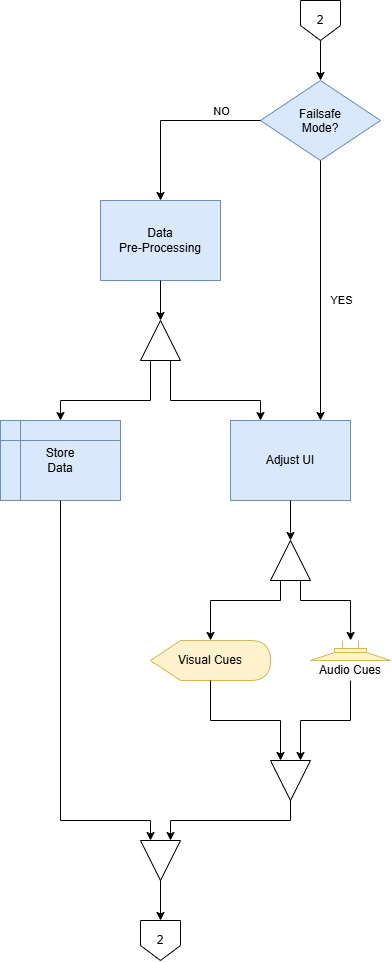
Above: system-architecture/assets/sys-op-fc-3.png in ARRR-Coen-Elec-490/docs (draw.io), before the change. Source tidied: cells renumbered, new cells last; positions are measured from the earlier drawing's top-left corner, leaving out a move shared by most shapes. Source of this version:
```xml
<mxGraphModel>
  <root>
    <mxCell id="0" />
    <mxCell id="1" parent="0" />
    <mxCell id="2" value="2" style="shape=offPageConnector;whiteSpace=wrap;html=1;" parent="1" vertex="1">
      <mxGeometry x="300" width="40" height="40" as="geometry" />
    </mxCell>
    <mxCell id="3" value="Adjust UI" style="rounded=0;whiteSpace=wrap;html=1;fillColor=#dae8fc;strokeColor=#6c8ebf;" parent="1" vertex="1">
      <mxGeometry x="230" y="420" width="120" height="80" as="geometry" />
    </mxCell>
    <mxCell id="4" value="Visual Cues" style="shape=display;whiteSpace=wrap;html=1;fillColor=#fff2cc;strokeColor=#d6b656;" parent="1" vertex="1">
      <mxGeometry x="150" y="640" width="120" height="40" as="geometry" />
    </mxCell>
    <mxCell id="5" style="verticalLabelPosition=bottom;shadow=0;dashed=0;align=center;html=1;verticalAlign=top;shape=mxgraph.electrical.electro-mechanical.loudspeaker;labelPerimeter=1;rotation=90;fillColor=#fff2cc;strokeColor=#d6b656;" parent="1" vertex="1">
      <mxGeometry x="340" y="610" width="20" height="80" as="geometry" />
    </mxCell>
    <mxCell id="6" value="&lt;font&gt;Audio Cues&lt;/font&gt;" style="text;html=1;whiteSpace=wrap;strokeColor=none;fillColor=none;align=center;verticalAlign=middle;rounded=0;" parent="1" vertex="1">
      <mxGeometry x="310" y="660" width="80" height="20" as="geometry" />
    </mxCell>
    <mxCell id="7" style="triangle;whiteSpace=wrap;html=1;shapeInside=1;rotation=-90;" parent="1" vertex="1">
      <mxGeometry x="270" y="540" width="40" height="40" as="geometry" />
    </mxCell>
    <mxCell id="8" style="endArrow=classic;html=1;rounded=0;defaultLabelBackgroundColor=page;labelPadding=0 4;exitX=0.5;exitY=1;exitDx=0;exitDy=0;entryX=1;entryY=0.5;entryDx=0;entryDy=0;" parent="1" edge="1" source="3" target="7">
      <mxGeometry relative="1" as="geometry" />
    </mxCell>
    <mxCell id="9" style="endArrow=classic;html=1;rounded=0;defaultLabelBackgroundColor=page;labelPadding=0 4;entryX=0.5;entryY=-0.002;entryDx=0;entryDy=0;entryPerimeter=0;exitX=0;exitY=0.25;exitDx=0;exitDy=0;" parent="1" edge="1" source="7" target="4">
      <mxGeometry x="-0.04" relative="1" as="geometry">
        <Array as="points">
          <mxPoint x="280" y="600" />
          <mxPoint x="210" y="600" />
        </Array>
      </mxGeometry>
    </mxCell>
    <mxCell id="10" style="endArrow=classic;html=1;rounded=0;defaultLabelBackgroundColor=page;labelPadding=0 4;exitX=0;exitY=0.75;exitDx=0;exitDy=0;entryX=-0.003;entryY=0.499;entryDx=0;entryDy=0;entryPerimeter=0;" parent="1" edge="1" source="7" target="5">
      <mxGeometry x="-0.11" relative="1" as="geometry">
        <Array as="points">
          <mxPoint x="300" y="600" />
          <mxPoint x="350" y="600" />
        </Array>
      </mxGeometry>
    </mxCell>
    <mxCell id="11" value="Failsafe&lt;div&gt;Mode?&lt;/div&gt;" style="rhombus;whiteSpace=wrap;html=1;shapeInside=1;fillColor=#dae8fc;strokeColor=#6c8ebf;" parent="1" vertex="1">
      <mxGeometry x="260" y="80" width="120" height="80" as="geometry" />
    </mxCell>
    <mxCell id="12" style="endArrow=classic;html=1;rounded=0;defaultLabelBackgroundColor=page;labelPadding=0 4;entryX=0.5;entryY=0;entryDx=0;entryDy=0;exitX=0.5;exitY=1;exitDx=0;exitDy=0;exitPerimeter=0;" parent="1" edge="1" source="2" target="11">
      <mxGeometry relative="1" as="geometry" />
    </mxCell>
    <mxCell id="13" style="endArrow=classic;html=1;rounded=0;defaultLabelBackgroundColor=page;labelPadding=0 4;exitX=0;exitY=0.5;exitDx=0;exitDy=0;entryX=0.5;entryY=0;entryDx=0;entryDy=0;" parent="1" edge="1" source="11" target="15">
      <mxGeometry relative="1" as="geometry">
        <Array as="points">
          <mxPoint x="160" y="120" />
        </Array>
      </mxGeometry>
    </mxCell>
    <mxCell id="14" value="NO" style="edgeLabel;html=1;align=center;verticalAlign=middle;inheritText=1;defaultLabelBackgroundColor=page;labelPadding=0 4;" parent="13" vertex="1">
      <mxGeometry x="-0.49" y="-2" relative="1" as="geometry">
        <mxPoint x="6" y="-8" as="offset" />
      </mxGeometry>
    </mxCell>
    <mxCell id="15" value="Data&lt;div&gt;Pre-Processing&lt;/div&gt;" style="rounded=0;whiteSpace=wrap;html=1;fillColor=#dae8fc;strokeColor=#6c8ebf;" parent="1" vertex="1">
      <mxGeometry x="100" y="200" width="120" height="80" as="geometry" />
    </mxCell>
    <mxCell id="16" style="triangle;whiteSpace=wrap;html=1;shapeInside=1;rotation=-90;" parent="1" vertex="1">
      <mxGeometry x="140" y="320" width="40" height="40" as="geometry" />
    </mxCell>
    <mxCell id="17" style="endArrow=classic;html=1;rounded=0;defaultLabelBackgroundColor=page;labelPadding=0 4;exitX=0.5;exitY=1;exitDx=0;exitDy=0;entryX=0.75;entryY=0;entryDx=0;entryDy=0;" parent="1" edge="1" source="11" target="3">
      <mxGeometry relative="1" as="geometry" />
    </mxCell>
    <mxCell id="18" value="YES" style="edgeLabel;html=1;align=center;verticalAlign=middle;inheritText=1;defaultLabelBackgroundColor=page;labelPadding=0 4;" parent="17" vertex="1">
      <mxGeometry x="0.08" y="-1" relative="1" as="geometry">
        <mxPoint x="21" y="-1" as="offset" />
      </mxGeometry>
    </mxCell>
    <mxCell id="19" style="endArrow=classic;html=1;rounded=0;defaultLabelBackgroundColor=page;labelPadding=0 4;entryX=0.25;entryY=0;entryDx=0;entryDy=0;exitX=0;exitY=0.75;exitDx=0;exitDy=0;" parent="1" edge="1" source="16" target="3">
      <mxGeometry relative="1" as="geometry">
        <Array as="points">
          <mxPoint x="170" y="400" />
          <mxPoint x="260" y="400" />
        </Array>
      </mxGeometry>
    </mxCell>
    <mxCell id="20" style="endArrow=classic;html=1;rounded=0;defaultLabelBackgroundColor=page;labelPadding=0 4;exitX=0.5;exitY=1;exitDx=0;exitDy=0;" parent="1" edge="1" source="15" target="16">
      <mxGeometry relative="1" as="geometry" />
    </mxCell>
    <mxCell id="21" value="Store&lt;div&gt;Data&lt;/div&gt;" style="shape=internalStorage;whiteSpace=wrap;html=1;backgroundOutline=1;fillColor=#dae8fc;strokeColor=#6c8ebf;" parent="1" vertex="1">
      <mxGeometry y="420" width="120" height="80" as="geometry" />
    </mxCell>
    <mxCell id="22" style="endArrow=classic;html=1;rounded=0;defaultLabelBackgroundColor=page;labelPadding=0 4;exitX=0;exitY=0.25;exitDx=0;exitDy=0;entryX=0.5;entryY=0;entryDx=0;entryDy=0;" parent="1" edge="1" source="16" target="21">
      <mxGeometry relative="1" as="geometry">
        <Array as="points">
          <mxPoint x="150" y="400" />
          <mxPoint x="60" y="400" />
        </Array>
      </mxGeometry>
    </mxCell>
    <mxCell id="23" style="triangle;whiteSpace=wrap;html=1;shapeInside=1;rotation=90;" parent="1" vertex="1">
      <mxGeometry x="270" y="760" width="40" height="40" as="geometry" />
    </mxCell>
    <mxCell id="24" style="endArrow=classic;html=1;rounded=0;defaultLabelBackgroundColor=page;labelPadding=0 4;entryX=0;entryY=0.75;entryDx=0;entryDy=0;exitX=0.5;exitY=0.999;exitDx=0;exitDy=0;exitPerimeter=0;" parent="1" edge="1" source="4" target="23">
      <mxGeometry x="0.13" relative="1" as="geometry">
        <Array as="points">
          <mxPoint x="210" y="720" />
          <mxPoint x="280" y="720" />
        </Array>
      </mxGeometry>
    </mxCell>
    <mxCell id="25" style="endArrow=classic;html=1;rounded=0;defaultLabelBackgroundColor=page;labelPadding=0 4;entryX=0;entryY=0.25;entryDx=0;entryDy=0;exitX=0.5;exitY=1;exitDx=0;exitDy=0;" parent="1" edge="1" source="6" target="23">
      <mxGeometry relative="1" as="geometry">
        <Array as="points">
          <mxPoint x="350" y="720" />
          <mxPoint x="300" y="720" />
        </Array>
      </mxGeometry>
    </mxCell>
    <mxCell id="26" style="triangle;whiteSpace=wrap;html=1;shapeInside=1;rotation=90;" parent="1" vertex="1">
      <mxGeometry x="140" y="840" width="40" height="40" as="geometry" />
    </mxCell>
    <mxCell id="27" style="endArrow=classic;html=1;rounded=0;defaultLabelBackgroundColor=page;labelPadding=0 4;exitX=1;exitY=0.5;exitDx=0;exitDy=0;entryX=0;entryY=0.25;entryDx=0;entryDy=0;" parent="1" edge="1" source="23" target="26">
      <mxGeometry relative="1" as="geometry">
        <Array as="points">
          <mxPoint x="290" y="820" />
          <mxPoint x="170" y="820" />
        </Array>
      </mxGeometry>
    </mxCell>
    <mxCell id="28" style="endArrow=classic;html=1;rounded=0;defaultLabelBackgroundColor=page;labelPadding=0 4;entryX=0;entryY=0.75;entryDx=0;entryDy=0;exitX=0.5;exitY=1;exitDx=0;exitDy=0;" parent="1" edge="1" source="21" target="26">
      <mxGeometry x="-0.04" relative="1" as="geometry">
        <Array as="points">
          <mxPoint x="60" y="820" />
          <mxPoint x="150" y="820" />
        </Array>
      </mxGeometry>
    </mxCell>
    <mxCell id="29" value="2" style="shape=offPageConnector;whiteSpace=wrap;html=1;rotation=0;" parent="1" vertex="1">
      <mxGeometry x="140" y="920" width="40" height="40" as="geometry" />
    </mxCell>
    <mxCell id="30" style="endArrow=classic;html=1;rounded=0;defaultLabelBackgroundColor=page;labelPadding=0 4;exitX=1;exitY=0.5;exitDx=0;exitDy=0;entryX=0.5;entryY=0;entryDx=0;entryDy=0;entryPerimeter=0;" parent="1" edge="1" source="26" target="29">
      <mxGeometry relative="1" as="geometry" />
    </mxCell>
  </root>
</mxGraphModel>
```
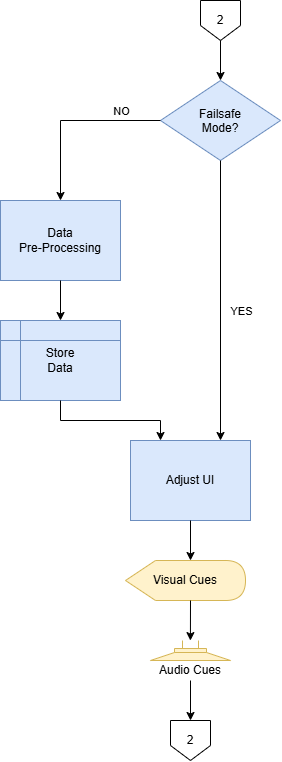
The same diagram one commit later.

Commit message:
Operational Flowchart Changes

Change to the diagram source:
```diff
@@ -3,139 +3,77 @@
     <mxCell id="0" />
     <mxCell id="1" parent="0" />
     <mxCell id="2" value="2" style="shape=offPageConnector;whiteSpace=wrap;html=1;" parent="1" vertex="1">
-      <mxGeometry x="300" width="40" height="40" as="geometry" />
+      <mxGeometry x="1020" width="40" height="40" as="geometry" />
     </mxCell>
     <mxCell id="3" value="Adjust UI" style="rounded=0;whiteSpace=wrap;html=1;fillColor=#dae8fc;strokeColor=#6c8ebf;" parent="1" vertex="1">
-      <mxGeometry x="230" y="420" width="120" height="80" as="geometry" />
+      <mxGeometry x="950" y="440" width="120" height="80" as="geometry" />
     </mxCell>
     <mxCell id="4" value="Visual Cues" style="shape=display;whiteSpace=wrap;html=1;fillColor=#fff2cc;strokeColor=#d6b656;" parent="1" vertex="1">
-      <mxGeometry x="150" y="640" width="120" height="40" as="geometry" />
+      <mxGeometry x="945" y="560" width="120" height="40" as="geometry" />
     </mxCell>
     <mxCell id="5" style="verticalLabelPosition=bottom;shadow=0;dashed=0;align=center;html=1;verticalAlign=top;shape=mxgraph.electrical.electro-mechanical.loudspeaker;labelPerimeter=1;rotation=90;fillColor=#fff2cc;strokeColor=#d6b656;" parent="1" vertex="1">
-      <mxGeometry x="340" y="610" width="20" height="80" as="geometry" />
+      <mxGeometry x="1000" y="610" width="20" height="80" as="geometry" />
     </mxCell>
     <mxCell id="6" value="&lt;font&gt;Audio Cues&lt;/font&gt;" style="text;html=1;whiteSpace=wrap;strokeColor=none;fillColor=none;align=center;verticalAlign=middle;rounded=0;" parent="1" vertex="1">
-      <mxGeometry x="310" y="660" width="80" height="20" as="geometry" />
+      <mxGeometry x="970" y="660" width="80" height="20" as="geometry" />
     </mxCell>
-    <mxCell id="7" style="triangle;whiteSpace=wrap;html=1;shapeInside=1;rotation=-90;" parent="1" vertex="1">
-      <mxGeometry x="270" y="540" width="40" height="40" as="geometry" />
+    <mxCell id="7" style="endArrow=classic;html=1;rounded=0;defaultLabelBackgroundColor=page;labelPadding=0 4;exitX=0.5;exitY=1;exitDx=0;exitDy=0;entryX=0.625;entryY=0;entryDx=-10;entryDy=0;entryPerimeter=0;" parent="1" edge="1" source="3" target="4">
+      <mxGeometry relative="1" as="geometry" />
     </mxCell>
-    <mxCell id="8" style="endArrow=classic;html=1;rounded=0;defaultLabelBackgroundColor=page;labelPadding=0 4;exitX=0.5;exitY=1;exitDx=0;exitDy=0;entryX=1;entryY=0.5;entryDx=0;entryDy=0;" parent="1" edge="1" source="3" target="7">
-      <mxGeometry relative="1" as="geometry" />
+    <mxCell id="8" value="Failsafe&lt;div&gt;Mode?&lt;/div&gt;" style="rhombus;whiteSpace=wrap;html=1;shapeInside=1;fillColor=#dae8fc;strokeColor=#6c8ebf;" parent="1" vertex="1">
+      <mxGeometry x="980" y="80" width="120" height="80" as="geometry" />
     </mxCell>
-    <mxCell id="9" style="endArrow=classic;html=1;rounded=0;defaultLabelBackgroundColor=page;labelPadding=0 4;entryX=0.5;entryY=-0.002;entryDx=0;entryDy=0;entryPerimeter=0;exitX=0;exitY=0.25;exitDx=0;exitDy=0;" parent="1" edge="1" source="7" target="4">
-      <mxGeometry x="-0.04" relative="1" as="geometry">
-        <Array as="points">
-          <mxPoint x="280" y="600" />
-          <mxPoint x="210" y="600" />
-        </Array>
-      </mxGeometry>
+    <mxCell id="9" style="endArrow=classic;html=1;rounded=0;defaultLabelBackgroundColor=page;labelPadding=0 4;entryX=0.5;entryY=0;entryDx=0;entryDy=0;exitX=0.5;exitY=1;exitDx=0;exitDy=0;exitPerimeter=0;" parent="1" edge="1" source="2" target="8">
+      <mxGeometry relative="1" as="geometry" />
     </mxCell>
-    <mxCell id="10" style="endArrow=classic;html=1;rounded=0;defaultLabelBackgroundColor=page;labelPadding=0 4;exitX=0;exitY=0.75;exitDx=0;exitDy=0;entryX=-0.003;entryY=0.499;entryDx=0;entryDy=0;entryPerimeter=0;" parent="1" edge="1" source="7" target="5">
-      <mxGeometry x="-0.11" relative="1" as="geometry">
+    <mxCell id="10" style="endArrow=classic;html=1;rounded=0;defaultLabelBackgroundColor=page;labelPadding=0 4;exitX=0;exitY=0.5;exitDx=0;exitDy=0;entryX=0.5;entryY=0;entryDx=0;entryDy=0;" parent="1" edge="1" source="8" target="12">
+      <mxGeometry relative="1" as="geometry">
         <Array as="points">
-          <mxPoint x="300" y="600" />
-          <mxPoint x="350" y="600" />
+          <mxPoint x="880" y="120" />
         </Array>
       </mxGeometry>
     </mxCell>
-    <mxCell id="11" value="Failsafe&lt;div&gt;Mode?&lt;/div&gt;" style="rhombus;whiteSpace=wrap;html=1;shapeInside=1;fillColor=#dae8fc;strokeColor=#6c8ebf;" parent="1" vertex="1">
-      <mxGeometry x="260" y="80" width="120" height="80" as="geometry" />
+    <mxCell id="11" value="NO" style="edgeLabel;html=1;align=center;verticalAlign=middle;points=[];inheritText=1;defaultLabelBackgroundColor=page;labelPadding=0 4;" parent="10" vertex="1">
+      <mxGeometry x="-0.49" y="-2" relative="1" as="geometry">
+        <mxPoint x="6" y="-8" as="offset" />
+      </mxGeometry>
     </mxCell>
-    <mxCell id="12" style="endArrow=classic;html=1;rounded=0;defaultLabelBackgroundColor=page;labelPadding=0 4;entryX=0.5;entryY=0;entryDx=0;entryDy=0;exitX=0.5;exitY=1;exitDx=0;exitDy=0;exitPerimeter=0;" parent="1" edge="1" source="2" target="11">
-      <mxGeometry relative="1" as="geometry" />
+    <mxCell id="12" value="Data&lt;div&gt;Pre-Processing&lt;/div&gt;" style="rounded=0;whiteSpace=wrap;html=1;fillColor=#dae8fc;strokeColor=#6c8ebf;" parent="1" vertex="1">
+      <mxGeometry x="820" y="200" width="120" height="80" as="geometry" />
     </mxCell>
-    <mxCell id="13" style="endArrow=classic;html=1;rounded=0;defaultLabelBackgroundColor=page;labelPadding=0 4;exitX=0;exitY=0.5;exitDx=0;exitDy=0;entryX=0.5;entryY=0;entryDx=0;entryDy=0;" parent="1" edge="1" source="11" target="15">
-      <mxGeometry relative="1" as="geometry">
-        <Array as="points">
-          <mxPoint x="160" y="120" />
-        </Array>
-      </mxGeometry>
+    <mxCell id="13" style="endArrow=classic;html=1;rounded=0;defaultLabelBackgroundColor=page;labelPadding=0 4;exitX=0.5;exitY=1;exitDx=0;exitDy=0;entryX=0.75;entryY=0;entryDx=0;entryDy=0;" parent="1" edge="1" source="8" target="3">
+      <mxGeometry relative="1" as="geometry" />
     </mxCell>
-    <mxCell id="14" value="NO" style="edgeLabel;html=1;align=center;verticalAlign=middle;inheritText=1;defaultLabelBackgroundColor=page;labelPadding=0 4;" parent="13" vertex="1">
-      <mxGeometry x="-0.49" y="-2" relative="1" as="geometry">
-        <mxPoint x="6" y="-8" as="offset" />
+    <mxCell id="14" value="YES" style="edgeLabel;html=1;align=center;verticalAlign=middle;inheritText=1;defaultLabelBackgroundColor=page;labelPadding=0 4;" parent="13" vertex="1">
+      <mxGeometry x="0.08" y="-1" relative="1" as="geometry">
+        <mxPoint x="21" y="-1" as="offset" />
       </mxGeometry>
     </mxCell>
-    <mxCell id="15" value="Data&lt;div&gt;Pre-Processing&lt;/div&gt;" style="rounded=0;whiteSpace=wrap;html=1;fillColor=#dae8fc;strokeColor=#6c8ebf;" parent="1" vertex="1">
-      <mxGeometry x="100" y="200" width="120" height="80" as="geometry" />
+    <mxCell id="15" style="endArrow=classic;html=1;rounded=0;defaultLabelBackgroundColor=page;labelPadding=0 4;exitX=0.5;exitY=1;exitDx=0;exitDy=0;entryX=0.5;entryY=0;entryDx=0;entryDy=0;" parent="1" edge="1" source="12" target="16">
+      <mxGeometry relative="1" as="geometry" />
     </mxCell>
-    <mxCell id="16" style="triangle;whiteSpace=wrap;html=1;shapeInside=1;rotation=-90;" parent="1" vertex="1">
-      <mxGeometry x="140" y="320" width="40" height="40" as="geometry" />
+    <mxCell id="16" value="Store&lt;div&gt;Data&lt;/div&gt;" style="shape=internalStorage;whiteSpace=wrap;html=1;backgroundOutline=1;fillColor=#dae8fc;strokeColor=#6c8ebf;" parent="1" vertex="1">
+      <mxGeometry x="820" y="320" width="120" height="80" as="geometry" />
     </mxCell>
-    <mxCell id="17" style="endArrow=classic;html=1;rounded=0;defaultLabelBackgroundColor=page;labelPadding=0 4;exitX=0.5;exitY=1;exitDx=0;exitDy=0;entryX=0.75;entryY=0;entryDx=0;entryDy=0;" parent="1" edge="1" source="11" target="3">
-      <mxGeometry relative="1" as="geometry" />
+    <mxCell id="17" value="2" style="shape=offPageConnector;whiteSpace=wrap;html=1;rotation=0;" parent="1" vertex="1">
+      <mxGeometry x="990" y="720" width="40" height="40" as="geometry" />
     </mxCell>
-    <mxCell id="18" value="YES" style="edgeLabel;html=1;align=center;verticalAlign=middle;inheritText=1;defaultLabelBackgroundColor=page;labelPadding=0 4;" parent="17" vertex="1">
-      <mxGeometry x="0.08" y="-1" relative="1" as="geometry">
-        <mxPoint x="21" y="-1" as="offset" />
-      </mxGeometry>
+    <mxCell id="18" style="endArrow=classic;html=1;rounded=0;defaultLabelBackgroundColor=page;labelPadding=0 4;exitX=0.5;exitY=1;exitDx=0;exitDy=0;entryX=0.5;entryY=0;entryDx=0;entryDy=0;entryPerimeter=0;" parent="1" edge="1" source="6" target="17">
+      <mxGeometry relative="1" as="geometry" />
     </mxCell>
-    <mxCell id="19" style="endArrow=classic;html=1;rounded=0;defaultLabelBackgroundColor=page;labelPadding=0 4;entryX=0.25;entryY=0;entryDx=0;entryDy=0;exitX=0;exitY=0.75;exitDx=0;exitDy=0;" parent="1" edge="1" source="16" target="3">
+    <mxCell id="19" style="endArrow=classic;html=1;rounded=0;defaultLabelBackgroundColor=page;labelPadding=0 4;exitX=0.5;exitY=1;exitDx=0;exitDy=0;entryX=0.25;entryY=0;entryDx=0;entryDy=0;" parent="1" edge="1" source="16" target="3">
       <mxGeometry relative="1" as="geometry">
         <Array as="points">
-          <mxPoint x="170" y="400" />
-          <mxPoint x="260" y="400" />
+          <mxPoint x="880" y="420" />
+          <mxPoint x="980" y="420" />
         </Array>
       </mxGeometry>
     </mxCell>
-    <mxCell id="20" style="endArrow=classic;html=1;rounded=0;defaultLabelBackgroundColor=page;labelPadding=0 4;exitX=0.5;exitY=1;exitDx=0;exitDy=0;" parent="1" edge="1" source="15" target="16">
+    <mxCell id="20" style="endArrow=classic;html=1;rounded=0;defaultLabelBackgroundColor=page;labelPadding=0 4;" parent="1" edge="1" source="5" target="6">
       <mxGeometry relative="1" as="geometry" />
     </mxCell>
-    <mxCell id="21" value="Store&lt;div&gt;Data&lt;/div&gt;" style="shape=internalStorage;whiteSpace=wrap;html=1;backgroundOutline=1;fillColor=#dae8fc;strokeColor=#6c8ebf;" parent="1" vertex="1">
-      <mxGeometry y="420" width="120" height="80" as="geometry" />
+    <mxCell id="21" style="endArrow=classic;html=1;rounded=0;defaultLabelBackgroundColor=page;labelPadding=0 4;exitX=0.625;exitY=1;exitDx=-10;exitDy=0;exitPerimeter=0;entryX=0.004;entryY=0.501;entryDx=0;entryDy=0;entryPerimeter=0;" parent="1" edge="1" source="4" target="5">
+      <mxGeometry relative="1" as="geometry" />
     </mxCell>
-    <mxCell id="22" style="endArrow=classic;html=1;rounded=0;defaultLabelBackgroundColor=page;labelPadding=0 4;exitX=0;exitY=0.25;exitDx=0;exitDy=0;entryX=0.5;entryY=0;entryDx=0;entryDy=0;" parent="1" edge="1" source="16" target="21">
-      <mxGeometry relative="1" as="geometry">
-        <Array as="points">
-          <mxPoint x="150" y="400" />
-          <mxPoint x="60" y="400" />
-        </Array>
-      </mxGeometry>
-    </mxCell>
-    <mxCell id="23" style="triangle;whiteSpace=wrap;html=1;shapeInside=1;rotation=90;" parent="1" vertex="1">
-      <mxGeometry x="270" y="760" width="40" height="40" as="geometry" />
-    </mxCell>
-    <mxCell id="24" style="endArrow=classic;html=1;rounded=0;defaultLabelBackgroundColor=page;labelPadding=0 4;entryX=0;entryY=0.75;entryDx=0;entryDy=0;exitX=0.5;exitY=0.999;exitDx=0;exitDy=0;exitPerimeter=0;" parent="1" edge="1" source="4" target="23">
-      <mxGeometry x="0.13" relative="1" as="geometry">
-        <Array as="points">
-          <mxPoint x="210" y="720" />
-          <mxPoint x="280" y="720" />
-        </Array>
-      </mxGeometry>
-    </mxCell>
-    <mxCell id="25" style="endArrow=classic;html=1;rounded=0;defaultLabelBackgroundColor=page;labelPadding=0 4;entryX=0;entryY=0.25;entryDx=0;entryDy=0;exitX=0.5;exitY=1;exitDx=0;exitDy=0;" parent="1" edge="1" source="6" target="23">
-      <mxGeometry relative="1" as="geometry">
-        <Array as="points">
-          <mxPoint x="350" y="720" />
-          <mxPoint x="300" y="720" />
-        </Array>
-      </mxGeometry>
-    </mxCell>
-    <mxCell id="26" style="triangle;whiteSpace=wrap;html=1;shapeInside=1;rotation=90;" parent="1" vertex="1">
-      <mxGeometry x="140" y="840" width="40" height="40" as="geometry" />
-    </mxCell>
-    <mxCell id="27" style="endArrow=classic;html=1;rounded=0;defaultLabelBackgroundColor=page;labelPadding=0 4;exitX=1;exitY=0.5;exitDx=0;exitDy=0;entryX=0;entryY=0.25;entryDx=0;entryDy=0;" parent="1" edge="1" source="23" target="26">
-      <mxGeometry relative="1" as="geometry">
-        <Array as="points">
-          <mxPoint x="290" y="820" />
-          <mxPoint x="170" y="820" />
-        </Array>
-      </mxGeometry>
-    </mxCell>
-    <mxCell id="28" style="endArrow=classic;html=1;rounded=0;defaultLabelBackgroundColor=page;labelPadding=0 4;entryX=0;entryY=0.75;entryDx=0;entryDy=0;exitX=0.5;exitY=1;exitDx=0;exitDy=0;" parent="1" edge="1" source="21" target="26">
-      <mxGeometry x="-0.04" relative="1" as="geometry">
-        <Array as="points">
-          <mxPoint x="60" y="820" />
-          <mxPoint x="150" y="820" />
-        </Array>
-      </mxGeometry>
-    </mxCell>
-    <mxCell id="29" value="2" style="shape=offPageConnector;whiteSpace=wrap;html=1;rotation=0;" parent="1" vertex="1">
-      <mxGeometry x="140" y="920" width="40" height="40" as="geometry" />
-    </mxCell>
-    <mxCell id="30" style="endArrow=classic;html=1;rounded=0;defaultLabelBackgroundColor=page;labelPadding=0 4;exitX=1;exitY=0.5;exitDx=0;exitDy=0;entryX=0.5;entryY=0;entryDx=0;entryDy=0;entryPerimeter=0;" parent="1" edge="1" source="26" target="29">
-      <mxGeometry relative="1" as="geometry" />
-    </mxCell>
   </root>
 </mxGraphModel>
```
